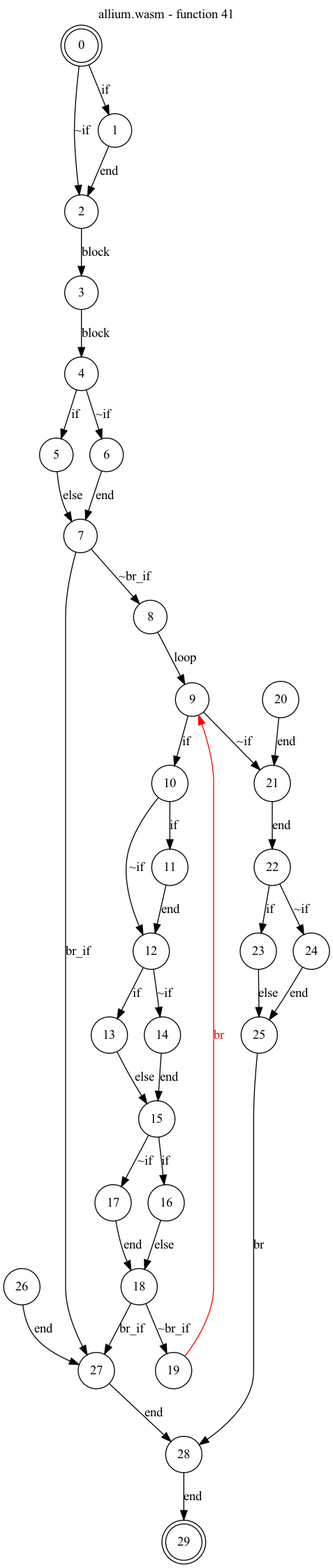
jsCarleton/wanalyze keeps this Graphviz diagram as test_cases/allium/funcs/allium-func41.png. Above is the earlier version. Its source is kept beside it as test_cases/allium/funcs/allium-func41.dot.
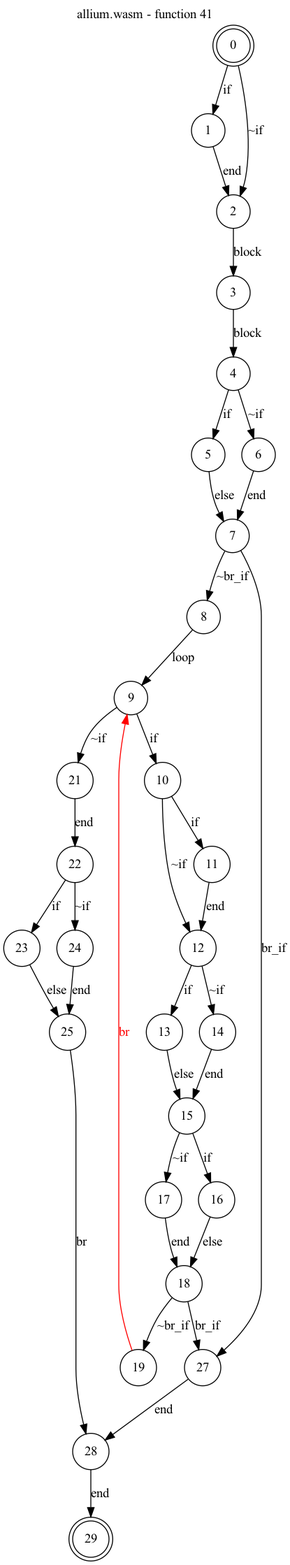
Above is the later version.

The edit, as a diff of the source:
```diff
@@ -34,14 +34,12 @@
     18 -> 19[label="~br_if"];
     18 -> 27[label="br_if"];
     19 -> 9[color="red" fontcolor="red" label="br"];
-    20 -> 21[label="end"];
     21 -> 22[label="end"];
     22 -> 23[label="if"];
     22 -> 24[label="~if"];
     23 -> 25[label="else"];
     24 -> 25[label="end"];
     25 -> 28[label="br"];
-    26 -> 27[label="end"];
     27 -> 28[label="end"];
     28 -> 29[label="end"];
 }
```
